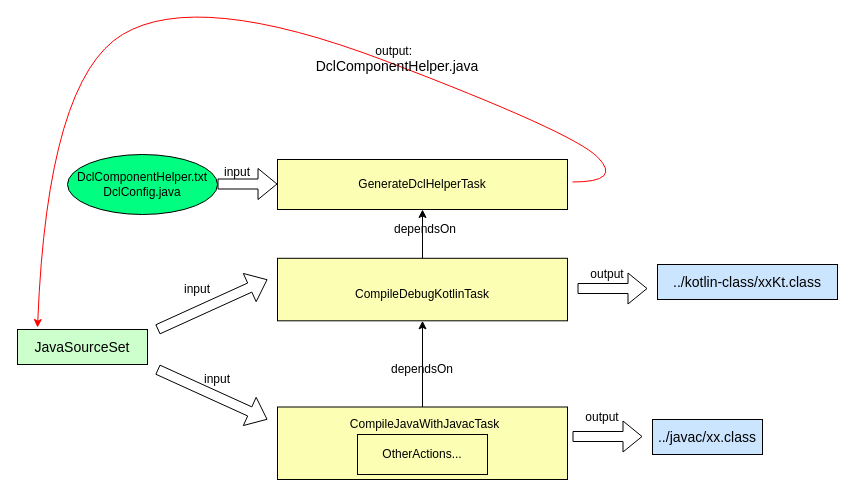
Earlier version of the draw.io diagram page "Page-3" (3 of 22) of T9.drawio (shinecjj/UML). Source tidied: cells renumbered, new cells numbered last; positions are measured from the earlier drawing's top-left corner, leaving out a move shared by most shapes. Both pictures are drawn from the tidied source at 100%, with x=0, y=0 at pixel (17, -11).
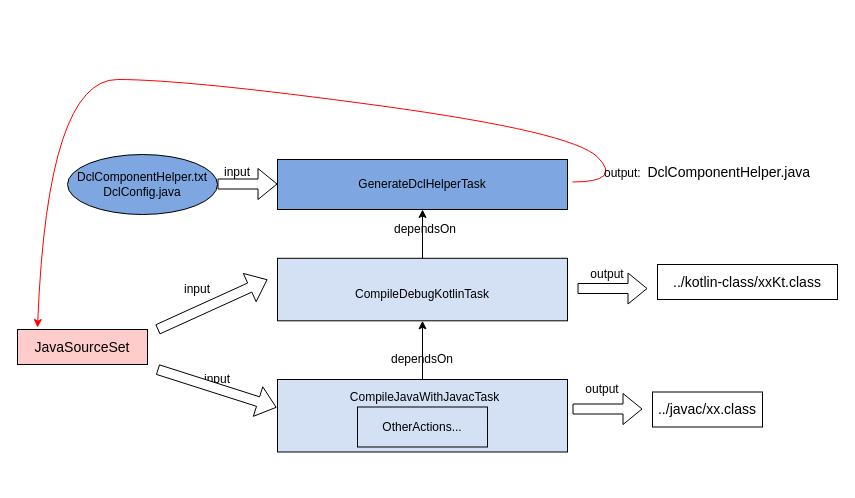
After the change.

Change to the diagram source:
```diff
@@
-    <mxCell id="2" style="rounded=0;whiteSpace=wrap;html=1;strokeColor=#000000;fillColor=#FCFFB3;" parent="1" vertex="1">
-      <mxGeometry x="260" y="417.5" width="290" height="72.5" as="geometry" />
+    <mxCell id="2" style="rounded=0;whiteSpace=wrap;html=1;strokeColor=#000000;fillColor=#D4E1F5;" parent="1" vertex="1">
+      <mxGeometry x="260" y="390" width="290" height="72.5" as="geometry" />
     </mxCell>
     <mxCell id="3" value="CompileJavaWithJavacTask" style="text;html=1;strokeColor=none;fillColor=none;align=center;verticalAlign=middle;whiteSpace=wrap;rounded=0;" parent="1" vertex="1">
-      <mxGeometry x="330" y="425" width="155" height="20" as="geometry" />
+      <mxGeometry x="330" y="397.5" width="155" height="20" as="geometry" />
     </mxCell>
-    <mxCell id="4" value="OtherActions..." style="rounded=0;whiteSpace=wrap;html=1;strokeColor=#000000;fillColor=#FCFFB3;" parent="1" vertex="1">
-      <mxGeometry x="340" y="445" width="130" height="40" as="geometry" />
+    <mxCell id="4" value="OtherActions..." style="rounded=0;whiteSpace=wrap;html=1;strokeColor=#000000;fillColor=#D4E1F5;" parent="1" vertex="1">
+      <mxGeometry x="340" y="417.5" width="130" height="40" as="geometry" />
     </mxCell>
-    <mxCell id="5" value="&lt;span style=&quot;font-size: 14px&quot;&gt;JavaSourceSet&lt;/span&gt;" style="rounded=0;whiteSpace=wrap;html=1;strokeColor=#000000;fillColor=#CCFFCC;" parent="1" vertex="1">
+    <mxCell id="5" value="&lt;span style=&quot;font-size: 14px&quot;&gt;JavaSourceSet&lt;/span&gt;" style="rounded=0;whiteSpace=wrap;html=1;strokeColor=#000000;fillColor=#FFCCCC;" parent="1" vertex="1">
       <mxGeometry y="340" width="130" height="35" as="geometry" />
     </mxCell>
@@
     <mxCell id="7" style="shape=flexArrow;endArrow=classic;html=1;fillColor=#FFFFFF;" parent="1" edge="1">
       <mxGeometry relative="1" as="geometry">
-        <mxPoint x="555" y="447" as="sourcePoint" />
-        <mxPoint x="625" y="447" as="targetPoint" />
+        <mxPoint x="555" y="419.5" as="sourcePoint" />
+        <mxPoint x="625" y="419.5" as="targetPoint" />
       </mxGeometry>
     </mxCell>
     <mxCell id="8" value="output" style="text;html=1;strokeColor=none;fillColor=none;align=center;verticalAlign=middle;whiteSpace=wrap;rounded=0;" parent="1" vertex="1">
-      <mxGeometry x="565" y="417.5" width="40" height="20" as="geometry" />
+      <mxGeometry x="565" y="390" width="40" height="20" as="geometry" />
     </mxCell>
-    <mxCell id="9" value="&lt;span style=&quot;font-size: 14px&quot;&gt;../javac/xx.class&lt;/span&gt;" style="rounded=0;whiteSpace=wrap;html=1;strokeColor=#000000;fillColor=#CCE5FF;" parent="1" vertex="1">
-      <mxGeometry x="635" y="430" width="110" height="35" as="geometry" />
+    <mxCell id="9" value="&lt;span style=&quot;font-size: 14px&quot;&gt;../javac/xx.class&lt;/span&gt;" style="rounded=0;whiteSpace=wrap;html=1;strokeColor=#000000;fillColor=none;" parent="1" vertex="1">
+      <mxGeometry x="635" y="402.5" width="110" height="35" as="geometry" />
     </mxCell>
@@
-    <mxCell id="11" style="rounded=0;whiteSpace=wrap;html=1;strokeColor=#000000;fillColor=#FCFFB3;" parent="1" vertex="1">
+    <mxCell id="11" style="rounded=0;whiteSpace=wrap;html=1;strokeColor=#000000;fillColor=#D4E1F5;" parent="1" vertex="1">
       <mxGeometry x="260" y="268.8" width="290" height="62.5" as="geometry" />
     </mxCell>
@@
     <mxCell id="14" value="dependsOn" style="text;html=1;strokeColor=none;fillColor=none;align=center;verticalAlign=middle;whiteSpace=wrap;rounded=0;" parent="1" vertex="1">
-      <mxGeometry x="385" y="370" width="40" height="20" as="geometry" />
+      <mxGeometry x="385" y="360" width="40" height="20" as="geometry" />
     </mxCell>
-    <mxCell id="15" style="shape=flexArrow;endArrow=classic;html=1;strokeColor=#000000;fillColor=#FFFFFF;" parent="1" edge="1">
+    <mxCell id="15" style="shape=flexArrow;endArrow=classic;html=1;strokeColor=#000000;fillColor=#FFFFFF;entryX=-0.003;entryY=0.386;entryDx=0;entryDy=0;entryPerimeter=0;" parent="1" edge="1" target="2">
       <mxGeometry relative="1" as="geometry">
         <mxPoint x="140" y="380" as="sourcePoint" />
-        <mxPoint x="250" y="430" as="targetPoint" />
       </mxGeometry>
     </mxCell>
@@
-    <mxCell id="18" value="&lt;span style=&quot;font-size: 14px&quot;&gt;../kotlin-class/xxKt.class&lt;/span&gt;" style="rounded=0;whiteSpace=wrap;html=1;strokeColor=#000000;fillColor=#CCE5FF;" parent="1" vertex="1">
+    <mxCell id="18" value="&lt;span style=&quot;font-size: 14px&quot;&gt;../kotlin-class/xxKt.class&lt;/span&gt;" style="rounded=0;whiteSpace=wrap;html=1;strokeColor=#000000;fillColor=none;" parent="1" vertex="1">
       <mxGeometry x="640" y="275" width="180" height="35" as="geometry" />
     </mxCell>
@@
-    <mxCell id="21" value="GenerateDclHelperTask" style="rounded=0;whiteSpace=wrap;html=1;strokeColor=#000000;fillColor=#FCFFB3;" parent="1" vertex="1">
+    <mxCell id="21" value="GenerateDclHelperTask" style="rounded=0;whiteSpace=wrap;html=1;strokeColor=#000000;fillColor=#7EA6E0;" parent="1" vertex="1">
       <mxGeometry x="260" y="170" width="290" height="50" as="geometry" />
     </mxCell>
@@
-    <mxCell id="24" value="&lt;span&gt;DclComponentHelper.txt&lt;br&gt;&lt;/span&gt;DclConfig.java" style="ellipse;whiteSpace=wrap;html=1;strokeColor=#000000;fillColor=#00FF80;" parent="1" vertex="1">
+    <mxCell id="24" value="&lt;span&gt;DclComponentHelper.txt&lt;br&gt;&lt;/span&gt;DclConfig.java" style="ellipse;whiteSpace=wrap;html=1;strokeColor=#000000;fillColor=#7EA6E0;" parent="1" vertex="1">
       <mxGeometry x="50" y="165" width="150" height="60" as="geometry" />
     </mxCell>
     <mxCell id="25" style="curved=1;endArrow=classic;html=1;strokeColor=#FF0000;fillColor=#FFFFFF;entryX=0.154;entryY=-0.057;entryDx=0;entryDy=0;entryPerimeter=0;" parent="1" edge="1" target="5">
       <mxGeometry relative="1" as="geometry">
         <mxPoint x="555" y="192.5" as="sourcePoint" />
         <Array as="points">
           <mxPoint x="605" y="192.5" />
           <mxPoint x="555" y="142.5" />
-          <mxPoint x="180" />
+          <mxPoint x="170" y="90" />
           <mxPoint x="30" y="90" />
         </Array>
       </mxGeometry>
     </mxCell>
-    <mxCell id="26" value="output:&amp;nbsp;&amp;nbsp;&lt;br&gt;&lt;span style=&quot;font-family: &amp;#34;helvetica&amp;#34; ; font-size: 14px&quot;&gt;DclComponentHelper.java&lt;/span&gt;" style="text;html=1;strokeColor=none;fillColor=none;align=center;verticalAlign=middle;whiteSpace=wrap;rounded=0;" parent="1" vertex="1">
-      <mxGeometry x="360" y="60" width="40" height="20" as="geometry" />
+    <mxCell id="26" value="output:&amp;nbsp;&amp;nbsp;&lt;span style=&quot;font-family: &amp;#34;helvetica&amp;#34; ; font-size: 14px&quot;&gt;DclComponentHelper.java&lt;/span&gt;" style="text;html=1;strokeColor=none;fillColor=none;align=center;verticalAlign=middle;whiteSpace=wrap;rounded=0;" parent="1" vertex="1">
+      <mxGeometry x="605" y="172.5" width="170" height="20" as="geometry" />
     </mxCell>
```
